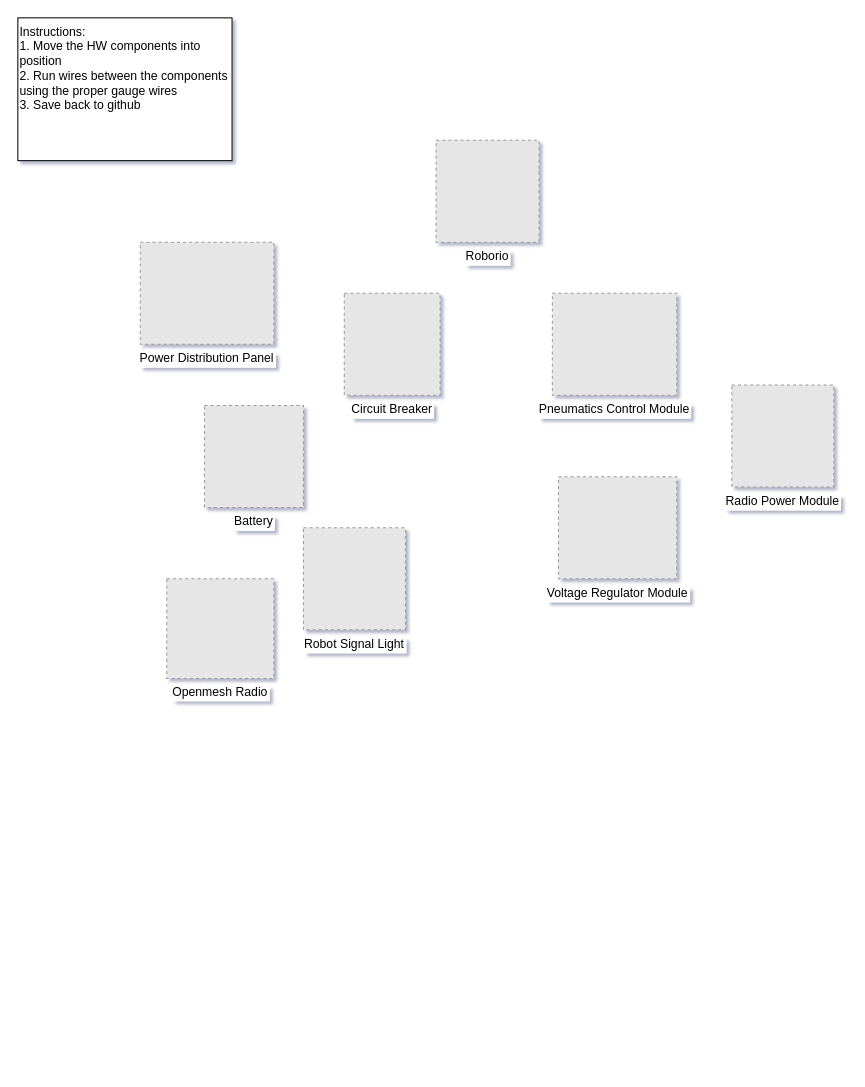
Before: wiring-diagram.drawio in MECO-Robotics/swervebot, a draw.io diagram. Source tidied: cells renumbered, new cells numbered last; positions are measured from the earlier drawing's top-left corner, leaving out a move shared by most shapes. Both pictures are drawn from the tidied source at 102%, with x=0, y=0 at pixel (17, 17). Pictures stored in the file or linked from it are replaced by grey dashed boxes.
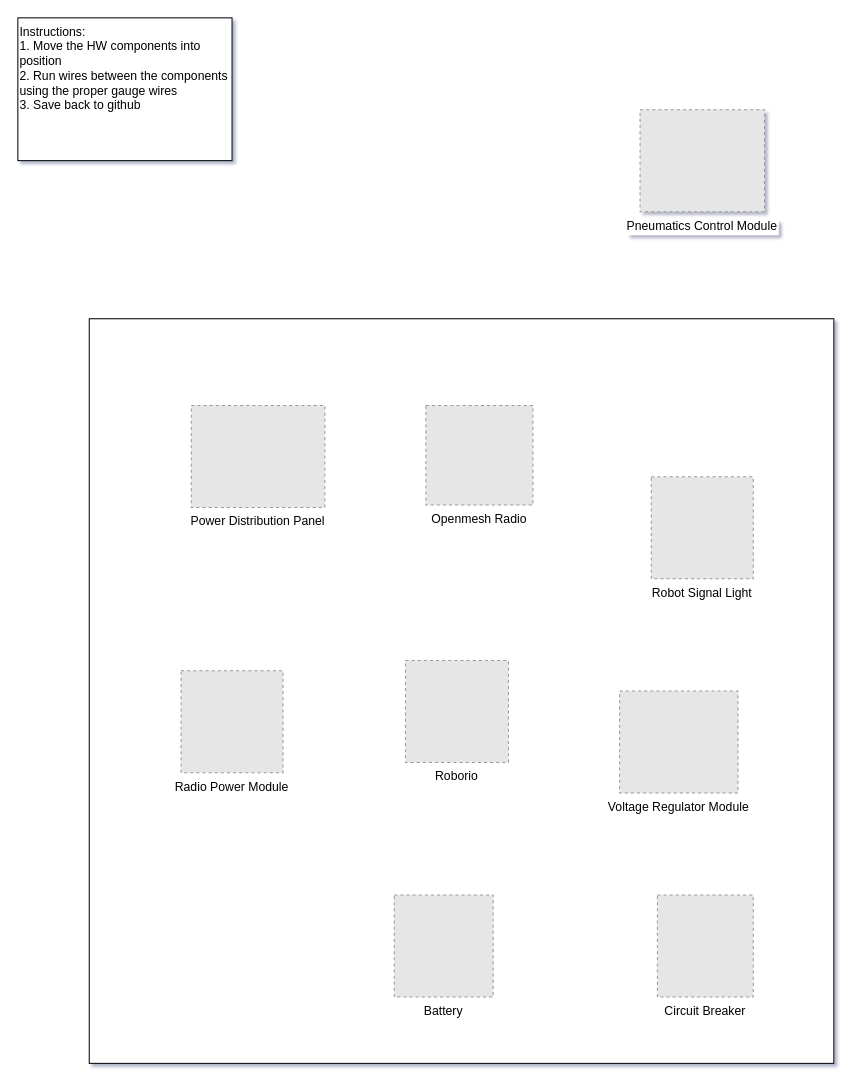
The same diagram, later.

What changed in the source:
```diff
@@
 <mxGraphModel shadow="1">
   <root>
     <mxCell id="0" />
     <mxCell id="1" parent="0" />
     <mxCell id="2" value="Instructions:&lt;br&gt;1. Move the HW components into position&lt;br&gt;2. Run wires between the components using the proper gauge wires&lt;br&gt;3. Save back to github" style="rounded=0;whiteSpace=wrap;html=1;align=left;verticalAlign=top;" parent="1" vertex="1">
       <mxGeometry width="210" height="140" as="geometry" />
     </mxCell>
+    <mxCell id="12" style="whiteSpace=wrap;html=1;" parent="1" vertex="1">
+      <mxGeometry x="70" y="295" width="730" height="730" as="geometry" />
+    </mxCell>
     <mxCell id="3" value="Circuit Breaker" style="fillColor=#E6E6E6;strokeColor=#999999;dashed=1;verticalLabelPosition=bottom;labelBackgroundColor=default;verticalAlign=top;" parent="1" vertex="1">
-      <mxGeometry x="320" y="270" width="94" height="100" as="geometry" />
+      <mxGeometry x="627" y="860" width="94" height="100" as="geometry" />
     </mxCell>
     <mxCell id="4" value="Openmesh Radio" style="fillColor=#E6E6E6;strokeColor=#999999;dashed=1;verticalLabelPosition=bottom;labelBackgroundColor=default;verticalAlign=top;" parent="1" vertex="1">
-      <mxGeometry x="146" y="550" width="105" height="97.7" as="geometry" />
+      <mxGeometry x="400" y="380" width="105" height="97.7" as="geometry" />
     </mxCell>
     <mxCell id="5" value="Pneumatics Control Module" style="fillColor=#E6E6E6;strokeColor=#999999;dashed=1;verticalLabelPosition=bottom;labelBackgroundColor=default;verticalAlign=top;" parent="1" vertex="1">
-      <mxGeometry x="524" y="270" width="122" height="100" as="geometry" />
+      <mxGeometry x="610" y="90" width="122" height="100" as="geometry" />
     </mxCell>
     <mxCell id="6" value="Power Distribution Panel" style="fillColor=#E6E6E6;strokeColor=#999999;dashed=1;verticalLabelPosition=bottom;labelBackgroundColor=default;verticalAlign=top;" parent="1" vertex="1">
-      <mxGeometry x="120" y="220" width="131" height="100" as="geometry" />
+      <mxGeometry x="170" y="380" width="131" height="100" as="geometry" />
     </mxCell>
     <mxCell id="7" value="Radio Power Module" style="fillColor=#E6E6E6;strokeColor=#999999;dashed=1;verticalLabelPosition=bottom;labelBackgroundColor=default;verticalAlign=top;" parent="1" vertex="1">
-      <mxGeometry x="700" y="360" width="100" height="100" as="geometry" />
+      <mxGeometry x="160" y="640" width="100" height="100" as="geometry" />
     </mxCell>
     <mxCell id="8" value="Roborio" style="fillColor=#E6E6E6;strokeColor=#999999;dashed=1;verticalLabelPosition=bottom;labelBackgroundColor=default;verticalAlign=top;" parent="1" vertex="1">
-      <mxGeometry x="410" y="120" width="101" height="100" as="geometry" />
+      <mxGeometry x="380" y="630" width="101" height="100" as="geometry" />
     </mxCell>
     <mxCell id="9" value="Battery" style="fillColor=#E6E6E6;strokeColor=#999999;dashed=1;verticalLabelPosition=bottom;labelBackgroundColor=default;verticalAlign=top;" parent="1" vertex="1">
-      <mxGeometry x="183" y="380" width="97" height="100" as="geometry" />
+      <mxGeometry x="369" y="860" width="97" height="100" as="geometry" />
     </mxCell>
     <mxCell id="10" value="Robot Signal Light" style="fillColor=#E6E6E6;strokeColor=#999999;dashed=1;verticalLabelPosition=bottom;labelBackgroundColor=default;verticalAlign=top;" parent="1" vertex="1">
-      <mxGeometry x="280" y="500" width="100" height="100" as="geometry" />
+      <mxGeometry x="621" y="450" width="100" height="100" as="geometry" />
     </mxCell>
     <mxCell id="11" value="Voltage Regulator Module" style="fillColor=#E6E6E6;strokeColor=#999999;dashed=1;verticalLabelPosition=bottom;labelBackgroundColor=default;verticalAlign=top;" parent="1" vertex="1">
-      <mxGeometry x="530" y="450" width="116" height="100" as="geometry" />
+      <mxGeometry x="590" y="660" width="116" height="100" as="geometry" />
     </mxCell>
   </root>
 </mxGraphModel>
```
